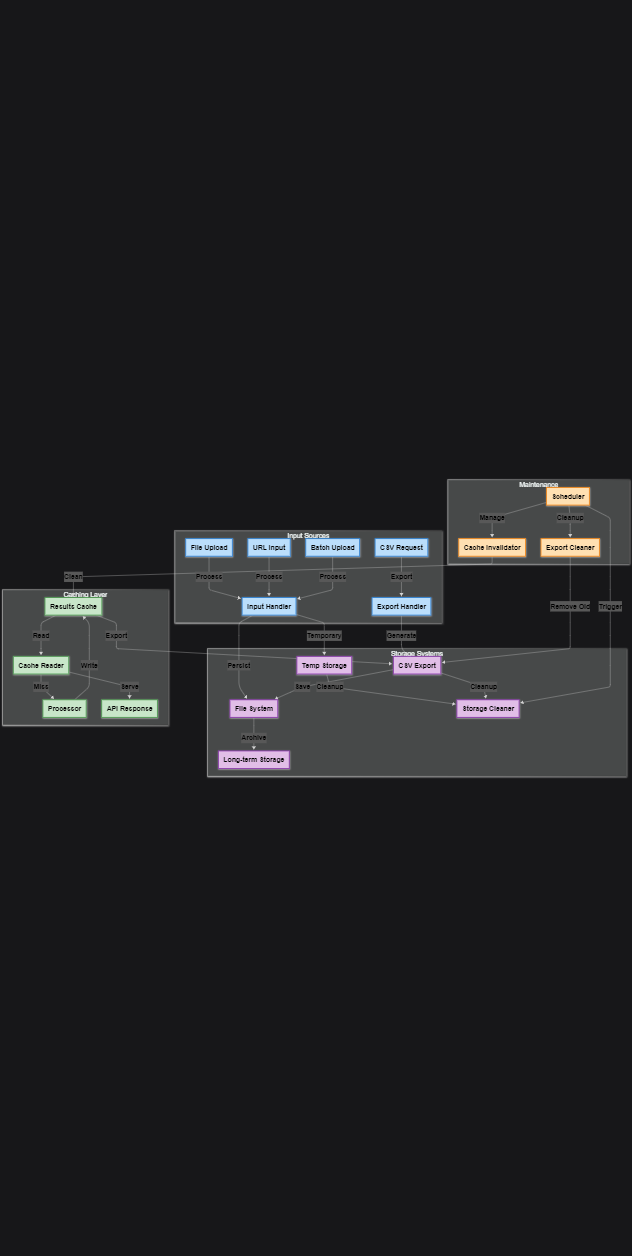
Dhruv0306/SymphonyProject1 keeps this Mermaid diagram as docs/images/Data Flow and Storage.png. Above is the earlier version. Its source is kept beside it as docs/images/Data Flow and Storage.mmd.
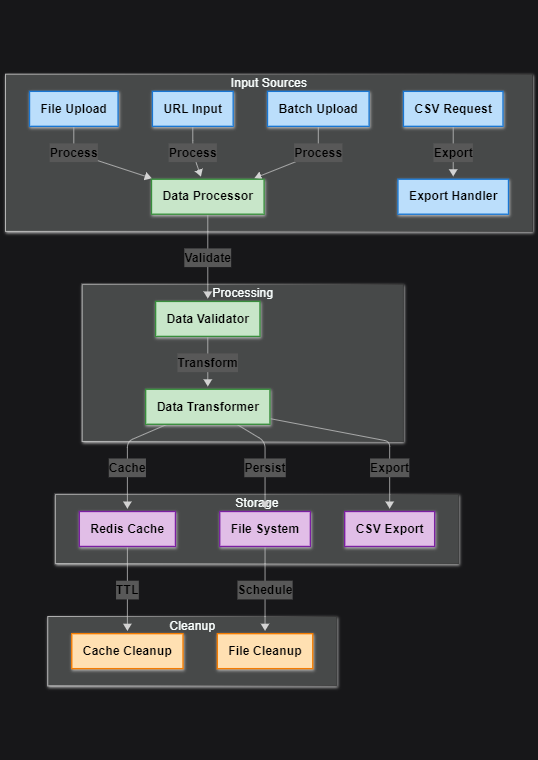
The same diagram one commit later.

Diff of the diagram source:
```diff
@@ -1,4 +1,4 @@
-%%{init: {'theme': 'dark', 'themeVariables': { 'fontFamily': 'arial', 'fontSize': '22px'}}}%%
+%%{init: {'theme': 'dark', 'themeVariables': { 'fontFamily': 'arial', 'fontSize': '18px', 'fontWeight': 'bold'}}}%%
 graph TD
     subgraph "Input Sources"
         style A1 fill:#bbdefb,stroke:#1976d2,stroke-width:2px,color:#000000,font-weight:bold
@@ -7,51 +7,34 @@
         style A4 fill:#bbdefb,stroke:#1976d2,stroke-width:2px,color:#000000,font-weight:bold
         style B fill:#bbdefb,stroke:#1976d2,stroke-width:2px,color:#000000,font-weight:bold
         style X fill:#bbdefb,stroke:#1976d2,stroke-width:2px,color:#000000,font-weight:bold
-        A1[File Upload] -->|Process| B[Input Handler]
-        A2[URL Input] -->|Process| B
+        A1["File Upload"] -->|"Process"| B["Data Processor"]
+        A2["URL Input"] -->|"Process"| B
         A3[Batch Upload] -->|Process| B
         A4[CSV Request] -->|Export| X[Export Handler]
     end
 
-    subgraph "Storage Systems"
-        style C fill:#e1bee7,stroke:#7b1fa2,stroke-width:2px,color:#000000,font-weight:bold
-        style D fill:#e1bee7,stroke:#7b1fa2,stroke-width:2px,color:#000000,font-weight:bold
+    subgraph "Processing"
+        style B fill:#c8e6c9,stroke:#388e3c,stroke-width:2px,color:#000000,font-weight:bold
+        style C fill:#c8e6c9,stroke:#388e3c,stroke-width:2px,color:#000000,font-weight:bold
+        style D fill:#c8e6c9,stroke:#388e3c,stroke-width:2px,color:#000000,font-weight:bold
+        B -->|"Validate"| C["Data Validator"]
+        C -->|"Transform"| D["Data Transformer"]
+    end
+
+    subgraph "Storage"
         style E fill:#e1bee7,stroke:#7b1fa2,stroke-width:2px,color:#000000,font-weight:bold
         style F fill:#e1bee7,stroke:#7b1fa2,stroke-width:2px,color:#000000,font-weight:bold
-        style Y fill:#e1bee7,stroke:#7b1fa2,stroke-width:2px,color:#000000,font-weight:bold
-        B -->|Temporary| C[Temp Storage]
-        B -->|Persist| D[File System]
-
-        C -->|Cleanup| E[Storage Cleaner]
-        D -->|Archive| F[Long-term Storage]
-
-        X -->|Generate| Y[CSV Export]
-        Y -->|Save| D
-        Y -->|Cleanup| E
+        style G fill:#e1bee7,stroke:#7b1fa2,stroke-width:2px,color:#000000,font-weight:bold
+        D -->|"Cache"| E["Redis Cache"]
+        D -->|"Persist"| F["File System"]
+        D -->|"Export"| G["CSV Export"]
     end
 
-    subgraph "Caching Layer"
-        style G fill:#c8e6c9,stroke:#388e3c,stroke-width:2px,color:#000000,font-weight:bold
-        style H fill:#c8e6c9,stroke:#388e3c,stroke-width:2px,color:#000000,font-weight:bold
-        style I fill:#c8e6c9,stroke:#388e3c,stroke-width:2px,color:#000000,font-weight:bold
-        style J fill:#c8e6c9,stroke:#388e3c,stroke-width:2px,color:#000000,font-weight:bold
-        G[Results Cache] -->|Read| H[Cache Reader]
-        I[Processor] -->|Write| G
-
-        H -->|Serve| J[API Response]
-        H -->|Miss| I
-        G -->|Export| Y
-    end
-
-    subgraph "Maintenance"
-        style K fill:#ffe0b2,stroke:#f57c00,stroke-width:2px,color:#000000,font-weight:bold
-        style L fill:#ffe0b2,stroke:#f57c00,stroke-width:2px,color:#000000,font-weight:bold
-        style M fill:#ffe0b2,stroke:#f57c00,stroke-width:2px,color:#000000,font-weight:bold
-        K[Scheduler] -->|Trigger| E
-        K -->|Manage| L[Cache Invalidator]
-        K -->|Cleanup| M[Export Cleaner]
-        M -->|Remove Old| Y
-        L -->|Clean| G
+    subgraph "Cleanup"
+        style H fill:#ffe0b2,stroke:#f57c00,stroke-width:2px,color:#000000,font-weight:bold
+        style I fill:#ffe0b2,stroke:#f57c00,stroke-width:2px,color:#000000,font-weight:bold
+        E -->|"TTL"| H["Cache Cleanup"]
+        F -->|"Schedule"| I["File Cleanup"]
     end
 
     linkStyle default color:#000000,font-weight:bold
```
